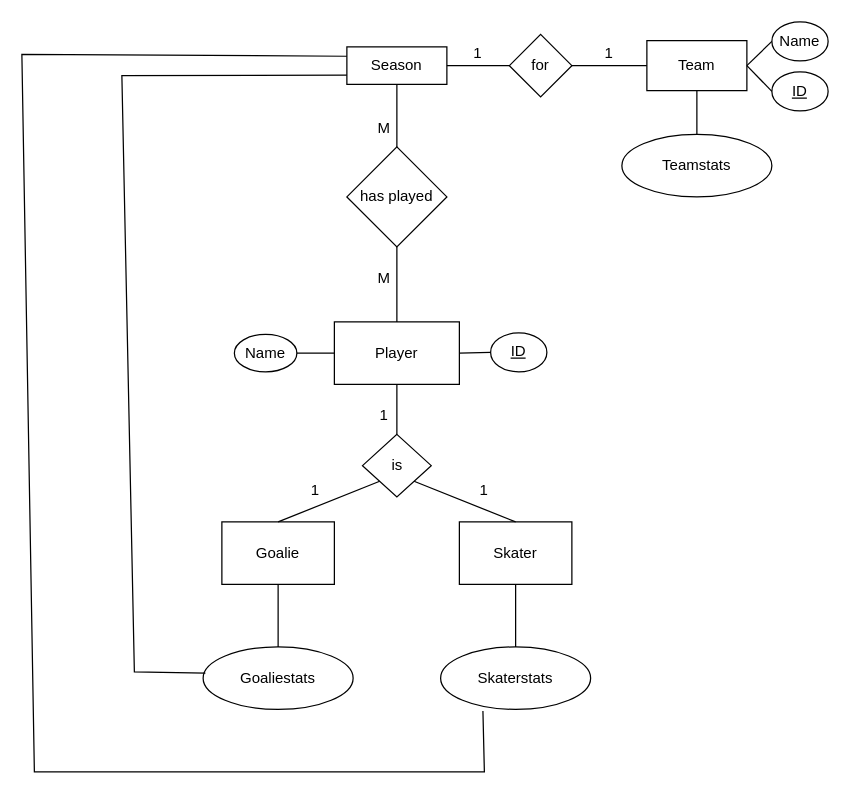
Above: Nimetön kaavio.drawio in eeroryha/NumeerisetMenetelmatHT (draw.io), before the change. Source tidied: cells renumbered, new cells numbered last; positions are measured from the earlier drawing's top-left corner, leaving out a move shared by most shapes. Both pictures are drawn from the tidied source at 125%, with x=0, y=0 at pixel (21, 21).
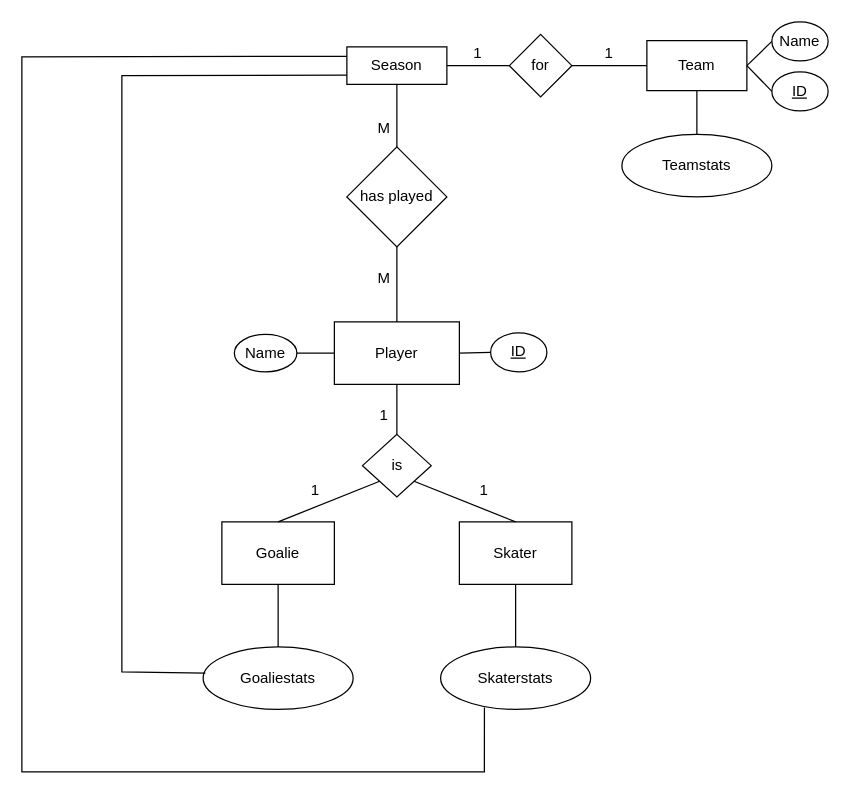
After the change.

The change refers to these unchanged cells:
```xml
<mxCell id="4" value="Season" style="rounded=0;whiteSpace=wrap;html=1;" parent="1" vertex="1">
  <mxGeometry x="260" y="20" width="80" height="30" as="geometry" />
</mxCell>
<mxCell id="10" value="Goaliestats" style="ellipse;whiteSpace=wrap;html=1;" parent="1" vertex="1">
  <mxGeometry x="145" y="500" width="120" height="50" as="geometry" />
</mxCell>
<mxCell id="11" value="Skaterstats" style="ellipse;whiteSpace=wrap;html=1;" parent="1" vertex="1">
  <mxGeometry x="335" y="500" width="120" height="50" as="geometry" />
</mxCell>
```

The edit, as a diff of the source:
```diff
@@
     <mxCell id="38" style="endArrow=none;html=1;rounded=0;entryX=0;entryY=0.75;entryDx=0;entryDy=0;exitX=0.015;exitY=0.419;exitDx=0;exitDy=0;exitPerimeter=0;" parent="1" edge="1" source="10" target="4">
       <mxGeometry relative="1" as="geometry">
         <Array as="points">
-          <mxPoint x="90" y="520" />
+          <mxPoint x="80" y="520" />
           <mxPoint x="80" y="43" />
         </Array>
       </mxGeometry>
     </mxCell>
-    <mxCell id="39" style="endArrow=none;html=1;rounded=0;entryX=0;entryY=0.25;entryDx=0;entryDy=0;exitX=0.282;exitY=1.026;exitDx=0;exitDy=0;exitPerimeter=0;" parent="1" edge="1" source="11" target="4">
+    <mxCell id="39" style="endArrow=none;html=1;rounded=0;entryX=0;entryY=0.25;entryDx=0;entryDy=0;exitX=0.292;exitY=0.97;exitDx=0;exitDy=0;exitPerimeter=0;" parent="1" edge="1" source="11" target="4">
       <mxGeometry relative="1" as="geometry">
         <Array as="points">
           <mxPoint x="370" y="600" />
-          <mxPoint x="10" y="600" />
-          <mxPoint y="26" />
+          <mxPoint y="600" />
+          <mxPoint y="28" />
         </Array>
       </mxGeometry>
     </mxCell>
```
